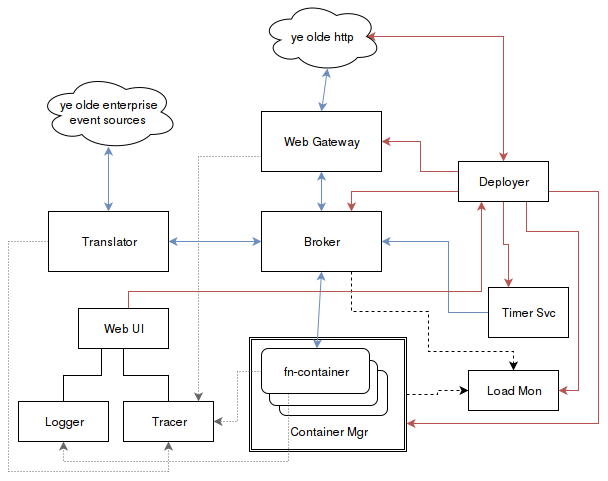
Earlier version of the draw.io export imgs/butter-compass-overview.png (butter-compass/design-notes). Source tidied: cells renumbered, new cells last; positions are measured from the earlier drawing's top-left corner, leaving out a move shared by most shapes.
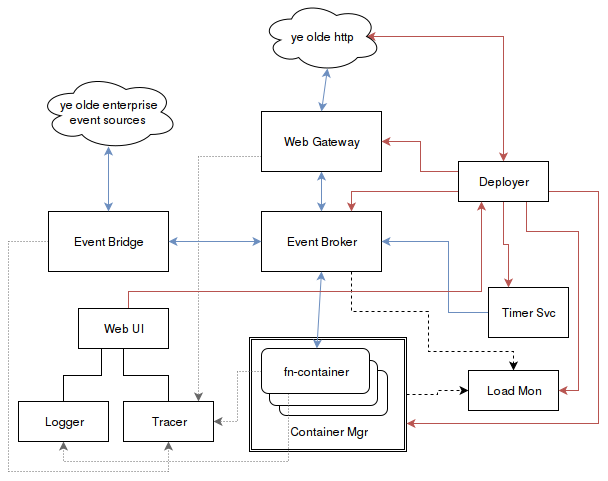
The same diagram one commit later.

Change to the diagram source:
```diff
@@ -21,7 +21,7 @@
         </Array>
       </mxGeometry>
     </mxCell>
-    <mxCell id="6" value="Broker&lt;br&gt;" style="whiteSpace=wrap;html=1;" parent="1" vertex="1">
+    <mxCell id="6" value="Event Broker&lt;br&gt;" style="whiteSpace=wrap;html=1;" parent="1" vertex="1">
       <mxGeometry x="253" y="210" width="120" height="60" as="geometry" />
     </mxCell>
     <mxCell id="7" style="rounded=1;whiteSpace=wrap;html=1;" parent="1" vertex="1">
@@ -67,7 +67,7 @@
         </Array>
       </mxGeometry>
     </mxCell>
-    <mxCell id="18" value="Translator&lt;br&gt;" style="whiteSpace=wrap;html=1;" parent="1" vertex="1">
+    <mxCell id="18" value="Event Bridge&lt;br&gt;" style="whiteSpace=wrap;html=1;" parent="1" vertex="1">
       <mxGeometry x="40" y="210" width="120" height="60" as="geometry" />
     </mxCell>
     <mxCell id="19" value="ye olde enterprise &lt;br&gt;event sources&lt;br&gt;" style="ellipse;shape=cloud;whiteSpace=wrap;html=1;" parent="1" vertex="1">
```
